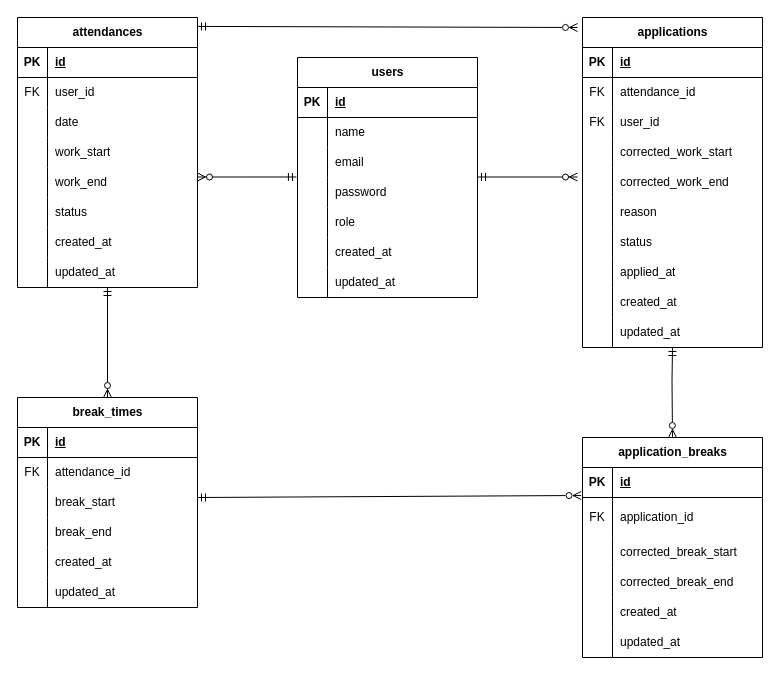
kokoro28k/attendance-app keeps this draw.io diagram as er-diagram.drawio. Above is the earlier version. Source tidied: cells renumbered, new cells numbered last; positions are measured from the earlier drawing's top-left corner, leaving out a move shared by most shapes. Both pictures are drawn from the tidied source at 100%, with x=0, y=0 at pixel (17, 17).
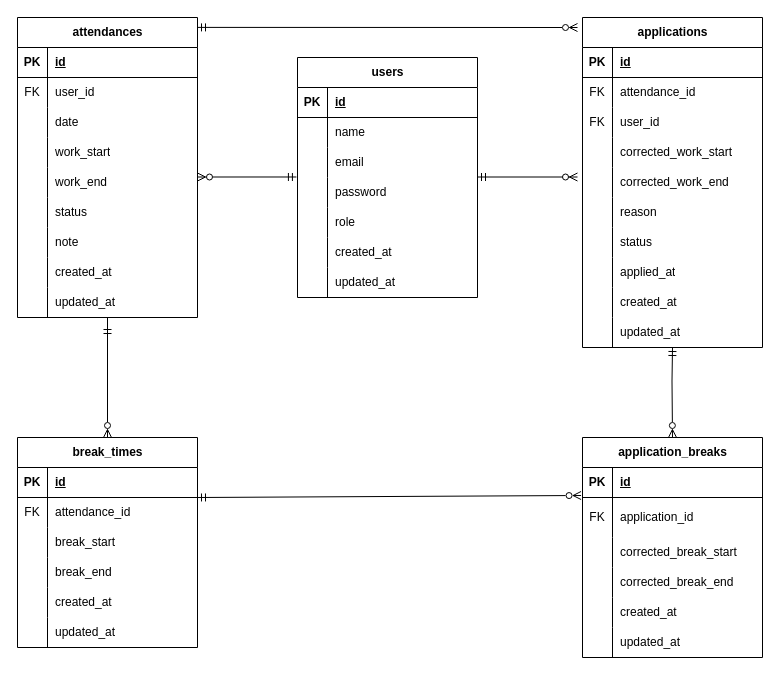
The same diagram, later.

Change to the diagram source:
```diff
@@
     <mxCell id="24" value="attendances" style="shape=table;startSize=30;childLayout=tableLayout;rowLines=0;fontStyle=1;align=center;html=1;" parent="1" vertex="1">
-      <mxGeometry width="180" height="270" as="geometry" />
+      <mxGeometry width="180" height="300" as="geometry" />
     </mxCell>
@@
+    <mxCell id="124" style="shape=tableRow;horizontal=0;startSize=0;swimlaneHead=0;swimlaneBody=0;fillColor=none;top=0;left=0;right=0;bottom=0;" parent="24" vertex="1">
+      <mxGeometry y="210" width="180" height="30" as="geometry" />
+    </mxCell>
+    <mxCell id="125" style="shape=partialRectangle;fillColor=none;top=0;left=0;bottom=0;right=0;overflow=hidden;whiteSpace=wrap;html=1;" parent="124" vertex="1">
+      <mxGeometry width="30" height="30" as="geometry" />
+    </mxCell>
+    <mxCell id="126" value="note" style="shape=partialRectangle;fillColor=none;top=0;left=0;bottom=0;right=0;align=left;spacingLeft=6;overflow=hidden;whiteSpace=wrap;html=1;" parent="124" vertex="1">
+      <mxGeometry x="30" width="150" height="30" as="geometry" />
+    </mxCell>
     <mxCell id="43" style="shape=tableRow;horizontal=0;startSize=0;swimlaneHead=0;swimlaneBody=0;fillColor=none;top=0;left=0;right=0;bottom=0;" parent="24" vertex="1">
-      <mxGeometry y="210" width="180" height="30" as="geometry" />
+      <mxGeometry y="240" width="180" height="30" as="geometry" />
     </mxCell>
@@
     <mxCell id="46" style="shape=tableRow;horizontal=0;startSize=0;swimlaneHead=0;swimlaneBody=0;fillColor=none;top=0;left=0;right=0;bottom=0;" parent="24" vertex="1">
-      <mxGeometry y="240" width="180" height="30" as="geometry" />
+      <mxGeometry y="270" width="180" height="30" as="geometry" />
     </mxCell>
@@
     <mxCell id="49" value="break_times" style="shape=table;startSize=30;childLayout=tableLayout;rowLines=0;fontStyle=1;align=center;html=1;" parent="1" vertex="1">
-      <mxGeometry y="380" width="180" height="210" as="geometry" />
+      <mxGeometry y="420" width="180" height="210" as="geometry" />
     </mxCell>
@@
     <mxCell id="121" style="endArrow=ERzeroToMany;html=1;rounded=0;startArrow=ERmandOne;startFill=0;endFill=0;entryX=0.5;entryY=0;entryDx=0;entryDy=0;" parent="1" edge="1" target="49">
       <mxGeometry relative="1" as="geometry">
-        <mxPoint x="90" y="270" as="sourcePoint" />
+        <mxPoint x="90" y="320" as="sourcePoint" />
+        <Array as="points">
+          <mxPoint x="90" y="300" />
+          <mxPoint x="90" y="310" />
+        </Array>
       </mxGeometry>
     </mxCell>
```
